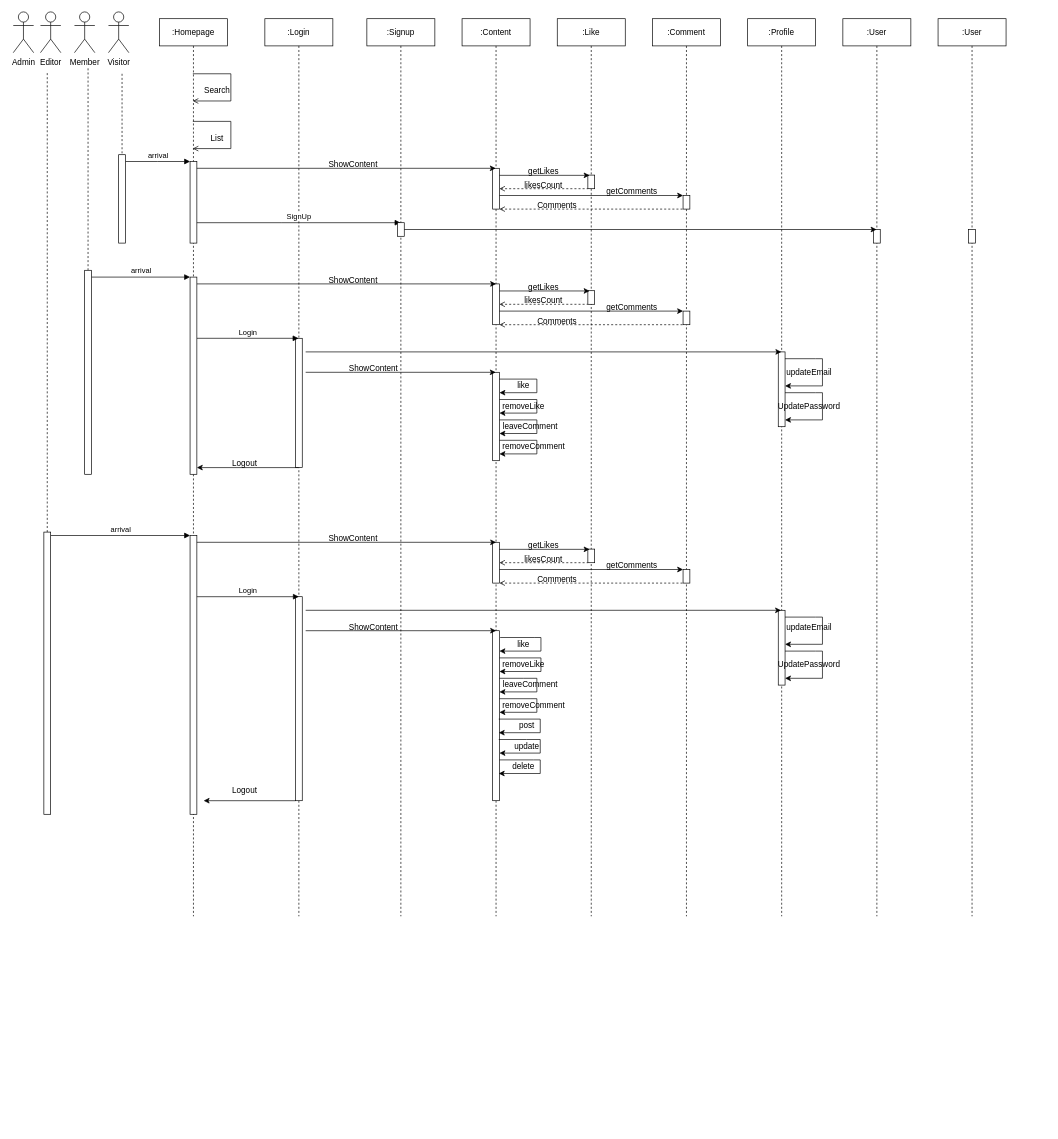
Above: Software Requirements Specification/sequence diagram.drawio in gitsametcan/Blogosphere (draw.io), before the change. Source tidied: cells renumbered, new cells numbered last; positions are measured from the earlier drawing's top-left corner, leaving out a move shared by most shapes. Both pictures are drawn from the tidied source at 68%, with x=0, y=0 at pixel (13, 12).
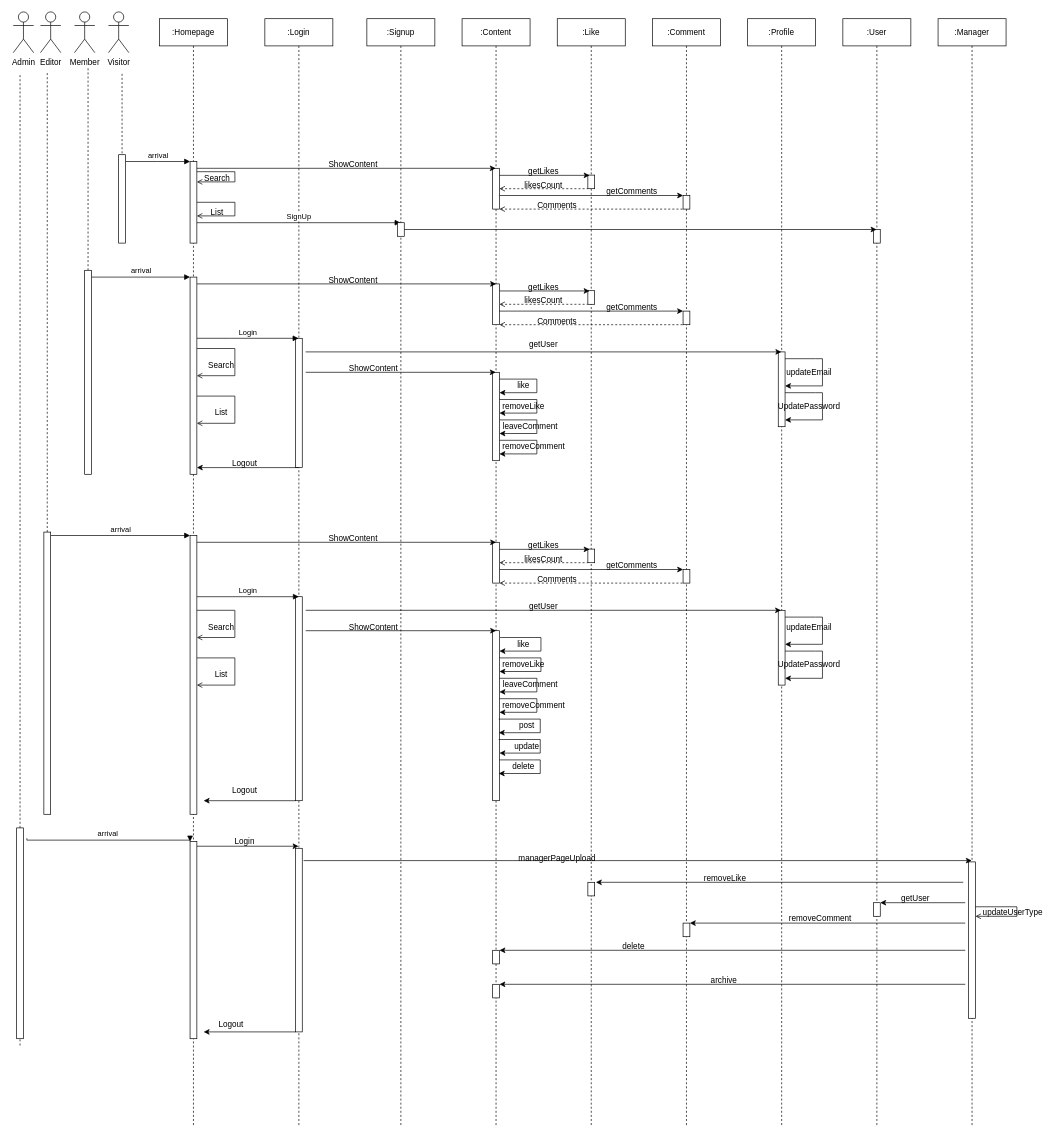
Above is the later version.

Commit message (it also covers changes not shown here):
Admin added to sequence

The change refers to these unchanged cells:
```xml
<mxCell id="29" style="html=1;points=[];perimeter=orthogonalPerimeter;outlineConnect=0;targetShapes=umlLifeline;portConstraint=eastwest;newEdgeStyle={&quot;edgeStyle&quot;:&quot;elbowEdgeStyle&quot;,&quot;elbow&quot;:&quot;vertical&quot;,&quot;curved&quot;:0,&quot;rounded&quot;:0};" parent="1" vertex="1">
  <mxGeometry x="260" y="220" width="10" height="120" as="geometry" />
</mxCell>
```

The edit, as a diff of the source:
```diff
@@
     <mxCell id="2" value=":Homepage" style="shape=umlLifeline;perimeter=lifelinePerimeter;whiteSpace=wrap;html=1;newEdgeStyle={&quot;edgeStyle&quot;:&quot;elbowEdgeStyle&quot;,&quot;elbow&quot;:&quot;vertical&quot;,&quot;curved&quot;:0,&quot;rounded&quot;:0};" parent="1" vertex="1">
-      <mxGeometry x="215" y="10" width="100" height="1320" as="geometry" />
+      <mxGeometry x="215" y="10" width="100" height="1630" as="geometry" />
     </mxCell>
+    <mxCell id="126" style="html=1;points=[];perimeter=orthogonalPerimeter;outlineConnect=0;targetShapes=umlLifeline;portConstraint=eastwest;newEdgeStyle={&quot;edgeStyle&quot;:&quot;elbowEdgeStyle&quot;,&quot;elbow&quot;:&quot;vertical&quot;,&quot;curved&quot;:0,&quot;rounded&quot;:0};" parent="2" vertex="1">
+      <mxGeometry x="45" y="1210" width="10" height="290" as="geometry" />
+    </mxCell>
     <mxCell id="3" value=":Content" style="shape=umlLifeline;perimeter=lifelinePerimeter;whiteSpace=wrap;html=1;outlineConnect=0;portConstraint=eastwest;newEdgeStyle={&quot;edgeStyle&quot;:&quot;elbowEdgeStyle&quot;,&quot;elbow&quot;:&quot;vertical&quot;,&quot;curved&quot;:0,&quot;rounded&quot;:0};" parent="1" vertex="1">
-      <mxGeometry x="660" y="10" width="100" height="1320" as="geometry" />
+      <mxGeometry x="660" y="10" width="100" height="1630" as="geometry" />
     </mxCell>
@@
+    <mxCell id="127" style="html=1;perimeter=orthogonalPerimeter;targetShapes=umlLifeline;newEdgeStyle={&quot;edgeStyle&quot;:&quot;elbowEdgeStyle&quot;,&quot;elbow&quot;:&quot;vertical&quot;,&quot;curved&quot;:0,&quot;rounded&quot;:0};" parent="3" vertex="1">
+      <mxGeometry x="45" y="1370" width="10" height="20" as="geometry" />
+    </mxCell>
+    <mxCell id="128" style="html=1;perimeter=orthogonalPerimeter;targetShapes=umlLifeline;newEdgeStyle={&quot;edgeStyle&quot;:&quot;elbowEdgeStyle&quot;,&quot;elbow&quot;:&quot;vertical&quot;,&quot;curved&quot;:0,&quot;rounded&quot;:0};" parent="3" vertex="1">
+      <mxGeometry x="45" y="1420" width="10" height="20" as="geometry" />
+    </mxCell>
     <mxCell id="10" value=":Comment" style="shape=umlLifeline;perimeter=lifelinePerimeter;whiteSpace=wrap;html=1;newEdgeStyle={&quot;edgeStyle&quot;:&quot;elbowEdgeStyle&quot;,&quot;elbow&quot;:&quot;vertical&quot;,&quot;curved&quot;:0,&quot;rounded&quot;:0};" parent="1" vertex="1">
-      <mxGeometry x="940" y="10" width="100" height="1320" as="geometry" />
+      <mxGeometry x="940" y="10" width="100" height="1630" as="geometry" />
     </mxCell>
@@
+    <mxCell id="129" style="html=1;perimeter=orthogonalPerimeter;targetShapes=umlLifeline;newEdgeStyle={&quot;edgeStyle&quot;:&quot;elbowEdgeStyle&quot;,&quot;elbow&quot;:&quot;vertical&quot;,&quot;curved&quot;:0,&quot;rounded&quot;:0};" parent="10" vertex="1">
+      <mxGeometry x="45" y="1330" width="10" height="20" as="geometry" />
+    </mxCell>
     <mxCell id="12" value=":Like" style="shape=umlLifeline;perimeter=lifelinePerimeter;whiteSpace=wrap;html=1;newEdgeStyle={&quot;edgeStyle&quot;:&quot;elbowEdgeStyle&quot;,&quot;elbow&quot;:&quot;vertical&quot;,&quot;curved&quot;:0,&quot;rounded&quot;:0};" parent="1" vertex="1">
-      <mxGeometry x="800" y="10" width="100" height="1320" as="geometry" />
+      <mxGeometry x="800" y="10" width="100" height="1630" as="geometry" />
     </mxCell>
@@
+    <mxCell id="130" style="html=1;perimeter=orthogonalPerimeter;targetShapes=umlLifeline;newEdgeStyle={&quot;edgeStyle&quot;:&quot;elbowEdgeStyle&quot;,&quot;elbow&quot;:&quot;vertical&quot;,&quot;curved&quot;:0,&quot;rounded&quot;:0};" parent="12" vertex="1">
+      <mxGeometry x="45" y="1270" width="10" height="20" as="geometry" />
+    </mxCell>
@@
     <mxCell id="18" value=":Login" style="shape=umlLifeline;perimeter=lifelinePerimeter;whiteSpace=wrap;html=1;outlineConnect=0;portConstraint=eastwest;newEdgeStyle={&quot;edgeStyle&quot;:&quot;elbowEdgeStyle&quot;,&quot;elbow&quot;:&quot;vertical&quot;,&quot;curved&quot;:0,&quot;rounded&quot;:0};" parent="1" vertex="1">
-      <mxGeometry x="370" y="10" width="100" height="1320" as="geometry" />
+      <mxGeometry x="370" y="10" width="100" height="1630" as="geometry" />
     </mxCell>
@@
+    <mxCell id="131" style="html=1;points=[];perimeter=orthogonalPerimeter;outlineConnect=0;targetShapes=umlLifeline;portConstraint=eastwest;newEdgeStyle={&quot;edgeStyle&quot;:&quot;elbowEdgeStyle&quot;,&quot;elbow&quot;:&quot;vertical&quot;,&quot;curved&quot;:0,&quot;rounded&quot;:0};" parent="18" vertex="1">
+      <mxGeometry x="45" y="1220" width="10" height="270" as="geometry" />
+    </mxCell>
     <mxCell id="20" value=":Signup" style="shape=umlLifeline;perimeter=lifelinePerimeter;whiteSpace=wrap;html=1;outlineConnect=0;portConstraint=eastwest;newEdgeStyle={&quot;edgeStyle&quot;:&quot;elbowEdgeStyle&quot;,&quot;elbow&quot;:&quot;vertical&quot;,&quot;curved&quot;:0,&quot;rounded&quot;:0};" parent="1" vertex="1">
-      <mxGeometry x="520" y="10" width="100" height="1320" as="geometry" />
+      <mxGeometry x="520" y="10" width="100" height="1630" as="geometry" />
     </mxCell>
     <mxCell id="21" value=":Profile" style="shape=umlLifeline;perimeter=lifelinePerimeter;whiteSpace=wrap;html=1;outlineConnect=0;portConstraint=eastwest;newEdgeStyle={&quot;edgeStyle&quot;:&quot;elbowEdgeStyle&quot;,&quot;elbow&quot;:&quot;vertical&quot;,&quot;curved&quot;:0,&quot;rounded&quot;:0};" parent="1" vertex="1">
-      <mxGeometry x="1080" y="10" width="100" height="1320" as="geometry" />
+      <mxGeometry x="1080" y="10" width="100" height="1630" as="geometry" />
     </mxCell>
@@
     <mxCell id="25" style="endArrow=none;html=1;rounded=0;startArrow=open;startFill=0;" parent="1" edge="1">
       <mxGeometry relative="1" as="geometry">
-        <mxPoint x="264.1" y="131" as="sourcePoint" />
-        <mxPoint x="264.1" y="91" as="targetPoint" />
+        <mxPoint x="270" y="535" as="sourcePoint" />
+        <mxPoint x="270" y="495" as="targetPoint" />
         <Array as="points">
-          <mxPoint x="320" y="131" />
-          <mxPoint x="320" y="91" />
+          <mxPoint x="325.9" y="535" />
+          <mxPoint x="325.9" y="495" />
         </Array>
       </mxGeometry>
     </mxCell>
     <mxCell id="26" value="Search" style="text;html=1;strokeColor=none;fillColor=none;align=center;verticalAlign=middle;whiteSpace=wrap;rounded=0;" parent="1" vertex="1">
-      <mxGeometry x="270" y="101" width="60" height="30" as="geometry" />
+      <mxGeometry x="275.9" y="505" width="60" height="30" as="geometry" />
     </mxCell>
     <mxCell id="27" style="endArrow=none;html=1;rounded=0;startArrow=open;startFill=0;" parent="1" edge="1">
       <mxGeometry relative="1" as="geometry">
-        <mxPoint x="264.1" y="201" as="sourcePoint" />
-        <mxPoint x="264.1" y="161" as="targetPoint" />
+        <mxPoint x="270" y="605" as="sourcePoint" />
+        <mxPoint x="270" y="565" as="targetPoint" />
         <Array as="points">
-          <mxPoint x="320" y="201" />
-          <mxPoint x="320" y="161" />
+          <mxPoint x="325.9" y="605" />
+          <mxPoint x="325.9" y="565" />
         </Array>
       </mxGeometry>
     </mxCell>
     <mxCell id="28" value="List" style="text;html=1;strokeColor=none;fillColor=none;align=center;verticalAlign=middle;whiteSpace=wrap;rounded=0;" parent="1" vertex="1">
-      <mxGeometry x="270" y="171" width="60" height="30" as="geometry" />
+      <mxGeometry x="275.9" y="575" width="60" height="30" as="geometry" />
     </mxCell>
@@
     <mxCell id="63" value=":User" style="shape=umlLifeline;perimeter=lifelinePerimeter;whiteSpace=wrap;html=1;outlineConnect=0;portConstraint=eastwest;newEdgeStyle={&quot;edgeStyle&quot;:&quot;elbowEdgeStyle&quot;,&quot;elbow&quot;:&quot;vertical&quot;,&quot;curved&quot;:0,&quot;rounded&quot;:0};" parent="1" vertex="1">
-      <mxGeometry x="1220" y="10" width="100" height="1320" as="geometry" />
+      <mxGeometry x="1220" y="10" width="100" height="1630" as="geometry" />
     </mxCell>
@@
+    <mxCell id="132" style="html=1;points=[];perimeter=orthogonalPerimeter;outlineConnect=0;targetShapes=umlLifeline;portConstraint=eastwest;newEdgeStyle={&quot;edgeStyle&quot;:&quot;elbowEdgeStyle&quot;,&quot;elbow&quot;:&quot;vertical&quot;,&quot;curved&quot;:0,&quot;rounded&quot;:0};" parent="63" vertex="1">
+      <mxGeometry x="45" y="1300" width="10" height="20" as="geometry" />
+    </mxCell>
@@
-    <mxCell id="124" value=":User" style="shape=umlLifeline;perimeter=lifelinePerimeter;whiteSpace=wrap;html=1;outlineConnect=0;portConstraint=eastwest;newEdgeStyle={&quot;edgeStyle&quot;:&quot;elbowEdgeStyle&quot;,&quot;elbow&quot;:&quot;vertical&quot;,&quot;curved&quot;:0,&quot;rounded&quot;:0};" parent="1" vertex="1">
-      <mxGeometry x="1360" y="10" width="100" height="1320" as="geometry" />
+    <mxCell id="124" value=":Manager" style="shape=umlLifeline;perimeter=lifelinePerimeter;whiteSpace=wrap;html=1;outlineConnect=0;portConstraint=eastwest;newEdgeStyle={&quot;edgeStyle&quot;:&quot;elbowEdgeStyle&quot;,&quot;elbow&quot;:&quot;vertical&quot;,&quot;curved&quot;:0,&quot;rounded&quot;:0};" parent="1" vertex="1">
+      <mxGeometry x="1360" y="10" width="100" height="1630" as="geometry" />
     </mxCell>
-    <mxCell id="125" style="html=1;perimeter=orthogonalPerimeter;targetShapes=umlLifeline;newEdgeStyle={&quot;edgeStyle&quot;:&quot;elbowEdgeStyle&quot;,&quot;elbow&quot;:&quot;vertical&quot;,&quot;curved&quot;:0,&quot;rounded&quot;:0};" parent="124" vertex="1">
-      <mxGeometry x="45" y="310" width="10" height="20" as="geometry" />
-    </mxCell>
+    <mxCell id="133" style="html=1;points=[];perimeter=orthogonalPerimeter;outlineConnect=0;targetShapes=umlLifeline;portConstraint=eastwest;newEdgeStyle={&quot;edgeStyle&quot;:&quot;elbowEdgeStyle&quot;,&quot;elbow&quot;:&quot;vertical&quot;,&quot;curved&quot;:0,&quot;rounded&quot;:0};" parent="124" vertex="1">
+      <mxGeometry x="45" y="1240" width="10" height="230" as="geometry" />
+    </mxCell>
+    <mxCell id="134" style="endArrow=none;html=1;rounded=0;startArrow=open;startFill=0;" parent="124" edge="1" source="133" target="133">
+      <mxGeometry relative="1" as="geometry">
+        <Array as="points">
+          <mxPoint x="116" y="1320" />
+          <mxPoint x="115.9" y="1306" />
+        </Array>
+      </mxGeometry>
+    </mxCell>
+    <mxCell id="135" style="endArrow=none;html=1;rounded=0;startArrow=open;startFill=0;" parent="1" edge="1">
+      <mxGeometry relative="1" as="geometry">
+        <mxPoint x="270" y="920" as="sourcePoint" />
+        <mxPoint x="270" y="880" as="targetPoint" />
+        <Array as="points">
+          <mxPoint x="325.9" y="920" />
+          <mxPoint x="325.9" y="880" />
+        </Array>
+      </mxGeometry>
+    </mxCell>
+    <mxCell id="136" value="Search" style="text;html=1;strokeColor=none;fillColor=none;align=center;verticalAlign=middle;whiteSpace=wrap;rounded=0;" parent="1" vertex="1">
+      <mxGeometry x="275.9" y="890" width="60" height="30" as="geometry" />
+    </mxCell>
+    <mxCell id="137" style="endArrow=none;html=1;rounded=0;startArrow=open;startFill=0;" parent="1" edge="1">
+      <mxGeometry relative="1" as="geometry">
+        <mxPoint x="270" y="990" as="sourcePoint" />
+        <mxPoint x="270" y="950" as="targetPoint" />
+        <Array as="points">
+          <mxPoint x="325.9" y="990" />
+          <mxPoint x="325.9" y="950" />
+        </Array>
+      </mxGeometry>
+    </mxCell>
+    <mxCell id="138" value="List" style="text;html=1;strokeColor=none;fillColor=none;align=center;verticalAlign=middle;whiteSpace=wrap;rounded=0;" parent="1" vertex="1">
+      <mxGeometry x="275.9" y="960" width="60" height="30" as="geometry" />
+    </mxCell>
+    <mxCell id="139" style="endArrow=none;html=1;rounded=0;startArrow=open;startFill=0;" parent="1" edge="1" source="29">
+      <mxGeometry relative="1" as="geometry">
+        <mxPoint x="270" y="235" as="targetPoint" />
+        <Array as="points">
+          <mxPoint x="326" y="250" />
+          <mxPoint x="325.9" y="235" />
+        </Array>
+      </mxGeometry>
+    </mxCell>
+    <mxCell id="140" value="Search" style="text;html=1;strokeColor=none;fillColor=none;align=center;verticalAlign=middle;whiteSpace=wrap;rounded=0;" parent="1" vertex="1">
+      <mxGeometry x="270" y="230" width="60" height="30" as="geometry" />
+    </mxCell>
+    <mxCell id="141" style="endArrow=none;html=1;rounded=0;startArrow=open;startFill=0;" parent="1" edge="1" target="29">
+      <mxGeometry relative="1" as="geometry">
+        <mxPoint x="270" y="300" as="sourcePoint" />
+        <Array as="points">
+          <mxPoint x="325.9" y="300" />
+          <mxPoint x="326" y="280" />
+        </Array>
+      </mxGeometry>
+    </mxCell>
+    <mxCell id="142" value="List" style="text;html=1;strokeColor=none;fillColor=none;align=center;verticalAlign=middle;whiteSpace=wrap;rounded=0;" parent="1" vertex="1">
+      <mxGeometry x="270" y="280" width="60" height="30" as="geometry" />
+    </mxCell>
+    <mxCell id="143" style="endArrow=none;dashed=1;html=1;rounded=0;" parent="1" edge="1" source="146">
+      <mxGeometry relative="1" as="geometry">
+        <mxPoint x="10" y="90" as="targetPoint" />
+      </mxGeometry>
+    </mxCell>
+    <mxCell id="144" style="endArrow=classic;html=1;rounded=0;exitX=1;exitY=0.024;exitDx=0;exitDy=0;exitPerimeter=0;" parent="1" edge="1" source="126" target="18">
+      <mxGeometry relative="1" as="geometry" />
+    </mxCell>
+    <mxCell id="145" style="endArrow=none;dashed=1;html=1;rounded=0;" parent="1" edge="1" target="146">
+      <mxGeometry relative="1" as="geometry">
+        <mxPoint x="10" y="1520" as="sourcePoint" />
+      </mxGeometry>
+    </mxCell>
+    <mxCell id="146" style="html=1;points=[];perimeter=orthogonalPerimeter;outlineConnect=0;targetShapes=umlLifeline;portConstraint=eastwest;newEdgeStyle={&quot;edgeStyle&quot;:&quot;elbowEdgeStyle&quot;,&quot;elbow&quot;:&quot;vertical&quot;,&quot;curved&quot;:0,&quot;rounded&quot;:0};" parent="1" vertex="1">
+      <mxGeometry x="5" y="1200" width="10" height="310" as="geometry" />
+    </mxCell>
+    <mxCell id="147" value="arrival" style="html=1;verticalAlign=bottom;startArrow=none;endArrow=block;startSize=8;edgeStyle=elbowEdgeStyle;elbow=vertical;curved=0;rounded=0;startFill=0;exitX=1.5;exitY=0.049;exitDx=0;exitDy=0;exitPerimeter=0;" parent="1" edge="1" source="146">
+      <mxGeometry relative="1" as="geometry">
+        <mxPoint x="260" y="1220" as="targetPoint" />
+      </mxGeometry>
+    </mxCell>
+    <mxCell id="148" value="Login" style="text;html=1;align=center;verticalAlign=middle;strokeColor=none;fillColor=none;" parent="1" vertex="1">
+      <mxGeometry x="315" y="1205" width="50" height="30" as="geometry" />
+    </mxCell>
+    <mxCell id="149" style="endArrow=classic;html=1;rounded=0;exitX=1.2;exitY=0.067;exitDx=0;exitDy=0;exitPerimeter=0;" parent="1" edge="1" source="131" target="124">
+      <mxGeometry relative="1" as="geometry" />
+    </mxCell>
+    <mxCell id="150" value="getUser" style="text;html=1;strokeColor=none;fillColor=none;align=center;verticalAlign=middle;whiteSpace=wrap;rounded=0;" parent="1" vertex="1">
+      <mxGeometry x="750" y="475" width="60" height="30" as="geometry" />
+    </mxCell>
+    <mxCell id="151" value="getUser" style="text;html=1;strokeColor=none;fillColor=none;align=center;verticalAlign=middle;whiteSpace=wrap;rounded=0;" parent="1" vertex="1">
+      <mxGeometry x="750" y="860" width="60" height="30" as="geometry" />
+    </mxCell>
+    <mxCell id="152" value="managerPageUpload" style="text;html=1;strokeColor=none;fillColor=none;align=center;verticalAlign=middle;whiteSpace=wrap;rounded=0;" parent="1" vertex="1">
+      <mxGeometry x="770" y="1230" width="60" height="30" as="geometry" />
+    </mxCell>
+    <mxCell id="153" value="removeLike" style="text;strokeColor=none;fillColor=none;align=left;verticalAlign=top;spacingLeft=4;spacingRight=4;overflow=hidden;" parent="1" vertex="1">
+      <mxGeometry x="1010" y="1260" width="240" height="26" as="geometry" />
+    </mxCell>
+    <mxCell id="154" value="delete" style="text;strokeColor=none;fillColor=none;align=left;verticalAlign=top;spacingLeft=4;spacingRight=4;overflow=hidden;" parent="1" vertex="1">
+      <mxGeometry x="890" y="1360" width="50" height="26" as="geometry" />
+    </mxCell>
+    <mxCell id="155" value="archive" style="text;strokeColor=none;fillColor=none;align=left;verticalAlign=top;spacingLeft=4;spacingRight=4;overflow=hidden;" parent="1" vertex="1">
+      <mxGeometry x="1020" y="1410" width="50" height="26" as="geometry" />
+    </mxCell>
+    <mxCell id="156" value="removeComment" style="text;strokeColor=none;fillColor=none;align=left;verticalAlign=top;spacingLeft=4;spacingRight=4;overflow=hidden;" parent="1" vertex="1">
+      <mxGeometry x="1135" y="1320" width="110" height="26" as="geometry" />
+    </mxCell>
+    <mxCell id="157" value="updateUserType" style="text;strokeColor=none;fillColor=none;align=left;verticalAlign=top;spacingLeft=4;spacingRight=4;overflow=hidden;" parent="1" vertex="1">
+      <mxGeometry x="1420" y="1310" width="100" height="26" as="geometry" />
+    </mxCell>
+    <mxCell id="158" value="getUser" style="text;strokeColor=none;fillColor=none;align=left;verticalAlign=top;spacingLeft=4;spacingRight=4;overflow=hidden;" parent="1" vertex="1">
+      <mxGeometry x="1300" y="1290" width="60" height="26" as="geometry" />
+    </mxCell>
+    <mxCell id="159" style="endArrow=classic;html=1;rounded=0;" parent="1" edge="1">
+      <mxGeometry relative="1" as="geometry">
+        <mxPoint x="1397" y="1280" as="sourcePoint" />
+        <mxPoint x="856.8" y="1280" as="targetPoint" />
+      </mxGeometry>
+    </mxCell>
+    <mxCell id="160" style="endArrow=classic;html=1;rounded=0;" parent="1" edge="1" target="132">
+      <mxGeometry relative="1" as="geometry">
+        <mxPoint x="1400" y="1310" as="sourcePoint" />
+      </mxGeometry>
+    </mxCell>
+    <mxCell id="161" style="endArrow=classic;html=1;rounded=0;" parent="1" edge="1">
+      <mxGeometry relative="1" as="geometry">
+        <mxPoint x="1400" y="1340" as="sourcePoint" />
+        <mxPoint x="995" y="1340" as="targetPoint" />
+      </mxGeometry>
+    </mxCell>
+    <mxCell id="162" style="endArrow=classic;html=1;rounded=0;" parent="1" edge="1">
+      <mxGeometry relative="1" as="geometry">
+        <mxPoint x="1400" y="1380" as="sourcePoint" />
+        <mxPoint x="715" y="1380" as="targetPoint" />
+      </mxGeometry>
+    </mxCell>
+    <mxCell id="163" style="endArrow=classic;html=1;rounded=0;" parent="1" edge="1">
+      <mxGeometry relative="1" as="geometry">
+        <mxPoint x="1400" y="1430" as="sourcePoint" />
+        <mxPoint x="715" y="1430" as="targetPoint" />
+      </mxGeometry>
+    </mxCell>
+    <mxCell id="164" style="endArrow=classic;html=1;rounded=0;" parent="1" edge="1">
+      <mxGeometry relative="1" as="geometry">
+        <mxPoint x="415" y="1500" as="sourcePoint" />
+        <mxPoint x="280" y="1500" as="targetPoint" />
+      </mxGeometry>
+    </mxCell>
+    <mxCell id="165" value="Logout" style="text;html=1;align=center;verticalAlign=middle;strokeColor=none;fillColor=none;" parent="1" vertex="1">
+      <mxGeometry x="290" y="1475" width="60" height="30" as="geometry" />
+    </mxCell>
```
